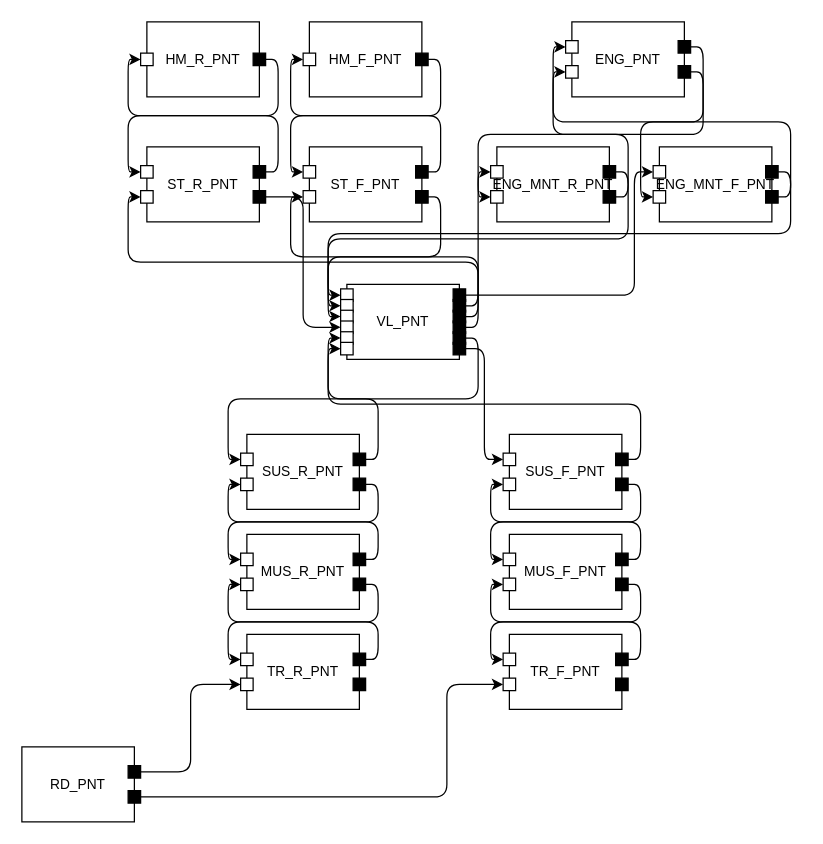
Earlier version of the draw.io diagram page "Vehicle" (30 of 30) of JuliaMBD-sample-okamura2/METI_Vertical_Vibration.drawio (JuliaMBD/JuliaMBD-sample). Source tidied: cells renumbered, new cells numbered last; positions are measured from the earlier drawing's top-left corner, leaving out a move shared by most shapes. Both pictures are drawn from the tidied source at 125%, with x=0, y=0 at pixel (21, 21).
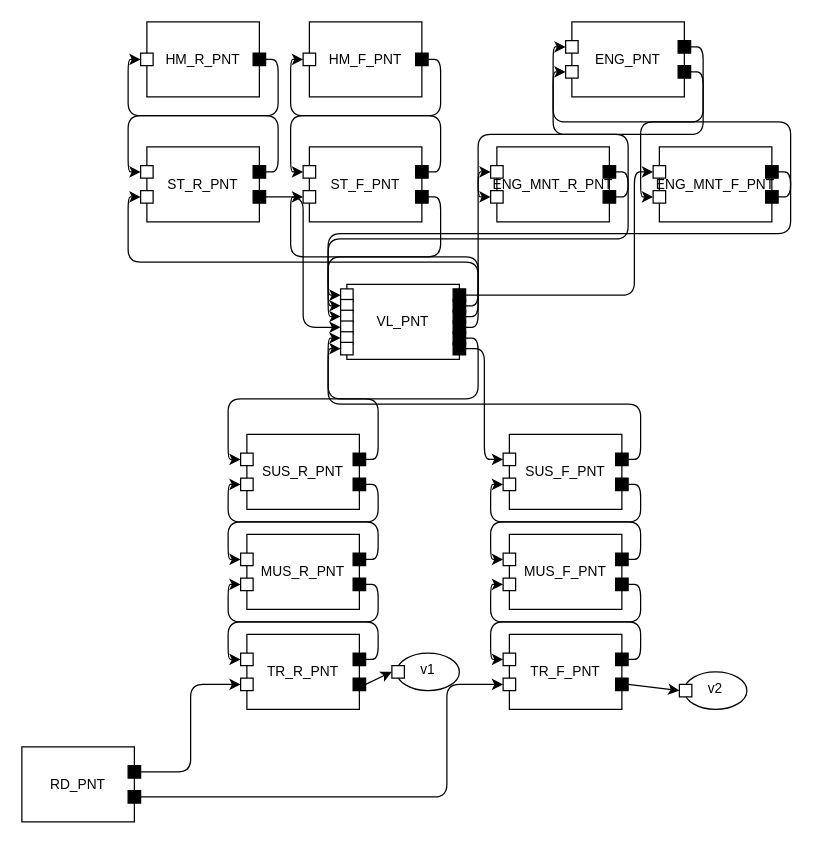
Above is the later version.

The change refers to these unchanged cells:
```xml
<mxCell id="19" style="whiteSpace=wrap;html=1;snapToPoint=1;points=[[1,0.5,0,0,0]];noLabel=0;overflow=visible;fillColor=#000000;labelBackgroundColor=none;" parent="15" vertex="1">
  <mxGeometry x="85" y="35" width="10" height="10" as="geometry" />
</mxCell>
<mxCell id="24" style="whiteSpace=wrap;html=1;snapToPoint=1;points=[[1,0.5,0,0,0]];noLabel=0;overflow=visible;fillColor=#000000;labelBackgroundColor=none;" parent="20" vertex="1">
  <mxGeometry x="85" y="35" width="10" height="10" as="geometry" />
</mxCell>
```

What changed in the source:
```diff
@@
+    <object id="109" label="%name%" name="v1" placeholders="1">
+      <mxCell style="ellipse;whiteSpace=wrap;html=1;fontSize=11;spacingTop=-4;labelBackgroundColor=none;" parent="1" vertex="1">
+        <mxGeometry x="300" y="505" width="50" height="30" as="geometry" />
+      </mxCell>
+    </object>
+    <mxCell id="110" value="&lt;p style=&quot;line-height: 100%;&quot;&gt;&lt;br&gt;&lt;/p&gt;" style="whiteSpace=wrap;html=1;snapToPoint=1;points=[[0,0.5,0,0,0]];noLabel=0;overflow=visible;direction=east;labelBackgroundColor=none;" parent="109" vertex="1">
+      <mxGeometry x="-4" y="10" width="10" height="10" as="geometry" />
+    </mxCell>
+    <object id="111" label="%name%" name="v2" placeholders="1">
+      <mxCell style="ellipse;whiteSpace=wrap;html=1;fontSize=11;spacingTop=-4;labelBackgroundColor=none;" parent="1" vertex="1">
+        <mxGeometry x="530" y="520" width="50" height="30" as="geometry" />
+      </mxCell>
+    </object>
+    <mxCell id="112" value="&lt;p style=&quot;line-height: 100%;&quot;&gt;&lt;br&gt;&lt;/p&gt;" style="whiteSpace=wrap;html=1;snapToPoint=1;points=[[0,0.5,0,0,0]];noLabel=0;overflow=visible;direction=east;labelBackgroundColor=none;" parent="111" vertex="1">
+      <mxGeometry x="-4" y="10" width="10" height="10" as="geometry" />
+    </mxCell>
+    <mxCell id="113" style="edgeStyle=none;html=1;exitX=1;exitY=0.5;exitDx=0;exitDy=0;exitPerimeter=0;entryX=0;entryY=0.5;entryDx=0;entryDy=0;entryPerimeter=0;" parent="1" edge="1" source="24" target="110">
+      <mxGeometry relative="1" as="geometry" />
+    </mxCell>
+    <mxCell id="114" style="edgeStyle=none;html=1;exitX=1;exitY=0.5;exitDx=0;exitDy=0;exitPerimeter=0;entryX=0;entryY=0.5;entryDx=0;entryDy=0;entryPerimeter=0;" parent="1" edge="1" source="19" target="112">
+      <mxGeometry relative="1" as="geometry" />
+    </mxCell>
```
